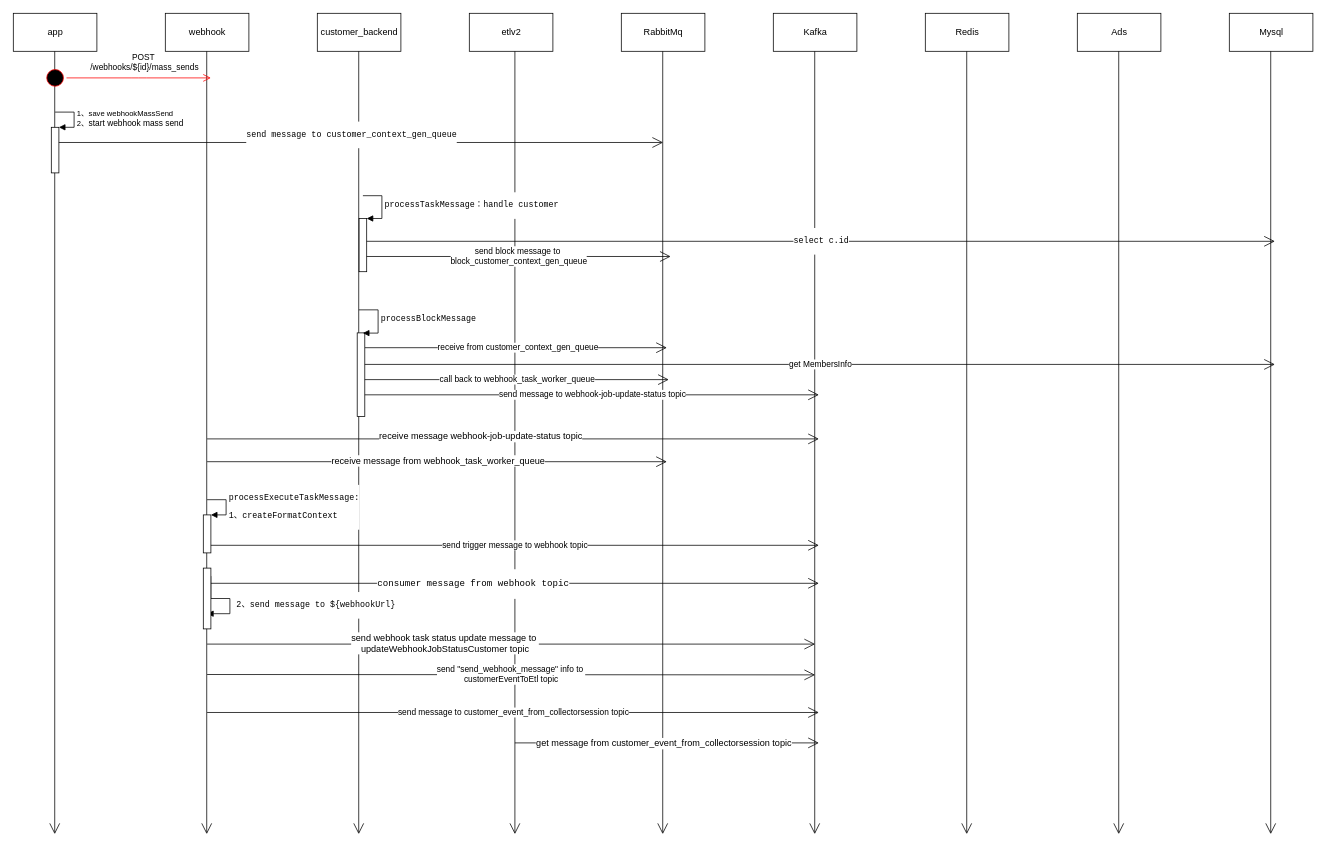
Earlier version of the draw.io diagram Untitled Diagram.drawio (zqy16/Test). Source tidied: cells renumbered, new cells numbered last; positions are measured from the earlier drawing's top-left corner, leaving out a move shared by most shapes. Both pictures are drawn from the tidied source at 76%, with x=0, y=0 at pixel (13, 13).
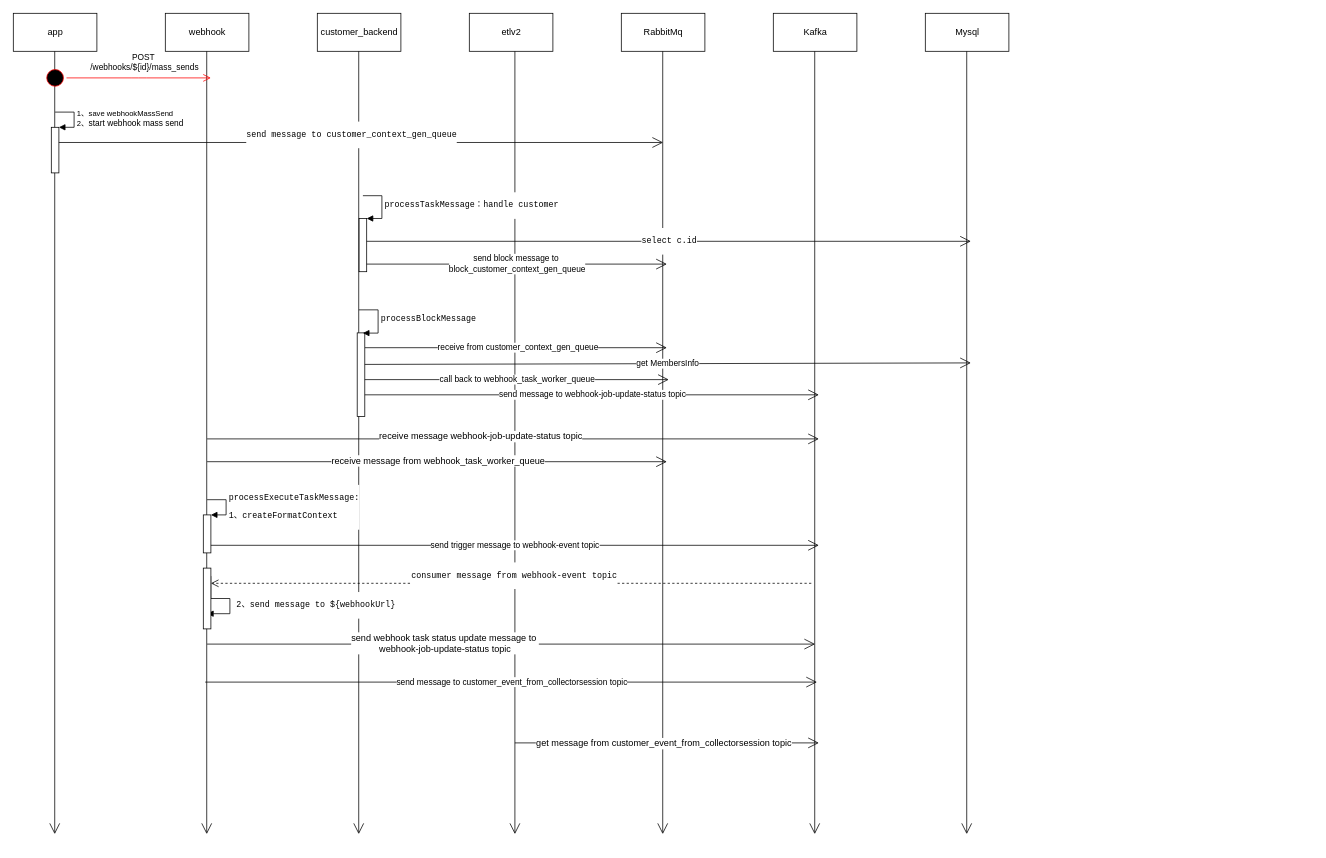
The same diagram, later.

The change refers to these unchanged cells:
```xml
<mxCell id="41" style="endArrow=open;endFill=1;endSize=12;html=1;" parent="1" edge="1">
  <mxGeometry relative="1" as="geometry">
    <mxPoint x="255" y="830" as="sourcePoint" />
    <mxPoint x="1055" y="830" as="targetPoint" />
  </mxGeometry>
</mxCell>
```

The edit, as a diff of the source:
```diff
@@
-    <mxCell id="8" value="Ads" style="html=1;" parent="1" vertex="1">
-      <mxGeometry x="1400" width="110" height="50" as="geometry" />
-    </mxCell>
-    <mxCell id="9" style="endArrow=open;endFill=1;endSize=12;html=1;" parent="1" edge="1">
-      <mxGeometry relative="1" as="geometry">
-        <mxPoint x="1454.5" y="50" as="sourcePoint" />
-        <mxPoint x="1454.5" y="1080" as="targetPoint" />
-      </mxGeometry>
-    </mxCell>
-    <mxCell id="10" value="Redis" style="html=1;" parent="1" vertex="1">
-      <mxGeometry x="1200" width="110" height="50" as="geometry" />
-    </mxCell>
-    <mxCell id="11" style="endArrow=open;endFill=1;endSize=12;html=1;" parent="1" edge="1">
-      <mxGeometry relative="1" as="geometry">
-        <mxPoint x="1254.5" y="50" as="sourcePoint" />
-        <mxPoint x="1254.5" y="1080" as="targetPoint" />
-      </mxGeometry>
-    </mxCell>
@@
     <mxCell id="22" value="Mysql" style="html=1;" parent="1" vertex="1">
-      <mxGeometry x="1600" width="110" height="50" as="geometry" />
+      <mxGeometry x="1200" width="110" height="50" as="geometry" />
     </mxCell>
     <mxCell id="23" style="endArrow=open;endFill=1;endSize=12;html=1;" parent="1" edge="1">
       <mxGeometry relative="1" as="geometry">
-        <mxPoint x="1654.5" y="50" as="sourcePoint" />
-        <mxPoint x="1654.5" y="1080" as="targetPoint" />
+        <mxPoint x="1254.5" y="50" as="sourcePoint" />
+        <mxPoint x="1254.5" y="1080" as="targetPoint" />
       </mxGeometry>
     </mxCell>
@@
     <mxCell id="28" value="send block message to&amp;nbsp;&lt;br&gt;&lt;span&gt;block_customer_context_gen_queue&lt;/span&gt;" style="endArrow=open;endFill=1;endSize=12;html=1;" parent="1" edge="1">
       <mxGeometry relative="1" as="geometry">
-        <mxPoint x="465" y="320" as="sourcePoint" />
-        <mxPoint x="865" y="320" as="targetPoint" />
+        <mxPoint x="465" y="330" as="sourcePoint" />
+        <mxPoint x="860" y="330" as="targetPoint" />
       </mxGeometry>
     </mxCell>
     <mxCell id="29" value="&lt;pre&gt;&lt;span&gt;select c.id&lt;/span&gt;&lt;/pre&gt;" style="endArrow=open;endFill=1;endSize=12;html=1;" parent="1" edge="1">
       <mxGeometry relative="1" as="geometry">
         <mxPoint x="465" y="300" as="sourcePoint" />
-        <mxPoint x="1660" y="300" as="targetPoint" />
+        <mxPoint x="1260" y="300" as="targetPoint" />
       </mxGeometry>
     </mxCell>
@@
     <mxCell id="31" value="get&amp;nbsp;&lt;span&gt;MembersInfo&lt;/span&gt;" style="endArrow=open;endFill=1;endSize=12;html=1;" parent="1" edge="1">
       <mxGeometry relative="1" as="geometry">
         <mxPoint x="462.5" y="462" as="sourcePoint" />
-        <mxPoint x="1660" y="462" as="targetPoint" />
+        <mxPoint x="1260" y="460" as="targetPoint" />
       </mxGeometry>
     </mxCell>
@@
     <mxCell id="37" value="send message to&amp;nbsp;&lt;span&gt;customer_event_from_collectorsession topic&lt;/span&gt;&lt;br&gt;" style="endArrow=open;endFill=1;endSize=12;html=1;" parent="1" edge="1">
       <mxGeometry relative="1" as="geometry">
-        <mxPoint x="255" y="920" as="sourcePoint" />
-        <mxPoint x="1060" y="920" as="targetPoint" />
+        <mxPoint x="252.5" y="880" as="sourcePoint" />
+        <mxPoint x="1057.5" y="880" as="targetPoint" />
       </mxGeometry>
     </mxCell>
@@
-    <mxCell id="40" value="send &quot;&lt;span&gt;send_webhook_message&lt;/span&gt;&quot; info to&amp;nbsp;&lt;br&gt;customerEventToEtl topic&lt;br&gt;" style="endArrow=open;endFill=1;endSize=12;html=1;" parent="1" edge="1">
-      <mxGeometry relative="1" as="geometry">
-        <mxPoint x="255" y="870" as="sourcePoint" />
-        <mxPoint x="1055" y="870.5" as="targetPoint" />
-      </mxGeometry>
-    </mxCell>
@@
-    <mxCell id="42" value="send&amp;nbsp;&lt;span&gt;webhook task status update message to&amp;nbsp;&lt;br&gt;&lt;/span&gt;updateWebhookJobStatusCustomer topic&lt;span&gt;&lt;br&gt;&lt;/span&gt;" style="text;html=1;align=center;verticalAlign=middle;labelBackgroundColor=#ffffff;" parent="41" vertex="1">
+    <mxCell id="42" value="send&amp;nbsp;&lt;span&gt;webhook task status update message to&amp;nbsp;&lt;br&gt;&lt;/span&gt;&lt;span&gt;webhook-job-update-status&lt;/span&gt;&amp;nbsp;topic&lt;span&gt;&lt;br&gt;&lt;/span&gt;" style="text;html=1;align=center;verticalAlign=middle;labelBackgroundColor=#ffffff;" parent="41" vertex="1">
       <mxGeometry x="-0.22" y="2" relative="1" as="geometry" />
     </mxCell>
@@
-    <mxCell id="45" value="send trigger message to webhook topic" style="endArrow=open;endFill=1;endSize=12;html=1;" parent="1" edge="1">
+    <mxCell id="45" value="send trigger message to&amp;nbsp;&lt;span&gt;webhook-event&amp;nbsp;&lt;/span&gt;topic&lt;br&gt;" style="endArrow=open;endFill=1;endSize=12;html=1;" parent="1" edge="1">
       <mxGeometry relative="1" as="geometry">
         <mxPoint x="260" y="700" as="sourcePoint" />
         <mxPoint x="1060" y="700" as="targetPoint" />
       </mxGeometry>
     </mxCell>
@@
-    <mxCell id="48" style="endArrow=open;endFill=1;endSize=12;html=1;" parent="1" edge="1">
-      <mxGeometry relative="1" as="geometry">
-        <mxPoint x="260" y="750" as="sourcePoint" />
-        <mxPoint x="1060" y="750" as="targetPoint" />
-      </mxGeometry>
-    </mxCell>
-    <mxCell id="49" value="&lt;pre&gt;consumer message from webhook topic&lt;/pre&gt;" style="text;html=1;align=center;verticalAlign=middle;labelBackgroundColor=#ffffff;" parent="48" vertex="1">
-      <mxGeometry x="-0.14" relative="1" as="geometry" />
-    </mxCell>
@@
+    <mxCell id="52" value="&lt;pre&gt;consumer message from webhook-event topic&lt;br&gt;&lt;/pre&gt;" style="html=1;verticalAlign=bottom;endArrow=open;dashed=1;endSize=8;" parent="1" edge="1">
+      <mxGeometry x="-0.01" y="10" relative="1" as="geometry">
+        <mxPoint x="1050" y="750" as="sourcePoint" />
+        <mxPoint x="260" y="750" as="targetPoint" />
+      </mxGeometry>
+    </mxCell>
```
